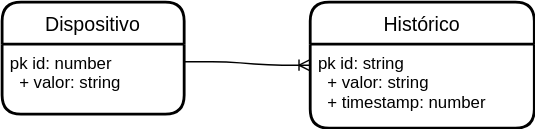
The draw.io diagram docs/img/m05iot/entidades_iot.drawio.svg in gilpgdm/gilpgdm.github.io, before a commit. Source tidied: cells renumbered, new cells last; positions are measured from the earlier drawing's top-left corner, leaving out a move shared by most shapes. Its diagram source:
```xml
<mxGraphModel>
  <root>
    <mxCell id="0" />
    <mxCell id="1" parent="0" />
    <mxCell id="2" value="Histórico" style="swimlane;horizontal=1;startSize=30;rounded=1;fontSize=14;fontStyle=0;strokeWidth=2;shadow=0;dashed=0;align=center;" parent="1" vertex="1">
      <mxGeometry x="220" width="160" height="90" as="geometry" />
    </mxCell>
    <mxCell id="3" value="pk id: string&#10;  + valor: string&#10;  + timestamp: number" style="align=left;strokeColor=none;fillColor=none;spacingLeft=4;fontSize=12;verticalAlign=top;" parent="2" vertex="1">
      <mxGeometry y="30" width="160" height="60" as="geometry" />
    </mxCell>
    <mxCell id="4" value="Dispositivo" style="swimlane;horizontal=1;startSize=30;rounded=1;fontSize=14;fontStyle=0;strokeWidth=2;shadow=0;dashed=0;align=center;" parent="1" vertex="1">
      <mxGeometry width="130" height="80" as="geometry" />
    </mxCell>
    <mxCell id="5" value="pk id: number&#10;  + valor: string" style="align=left;strokeColor=none;fillColor=none;spacingLeft=4;fontSize=12;verticalAlign=top;" parent="4" vertex="1">
      <mxGeometry y="30" width="130" height="50" as="geometry" />
    </mxCell>
    <mxCell id="6" style="edgeStyle=entityRelationEdgeStyle;fontSize=12;html=1;endArrow=ERoneToMany;entryX=0;entryY=0.25;entryDx=0;entryDy=0;exitX=1;exitY=0.25;exitDx=0;exitDy=0;" parent="1" edge="1" source="5" target="3">
      <mxGeometry relative="1" as="geometry" />
    </mxCell>
  </root>
</mxGraphModel>
```
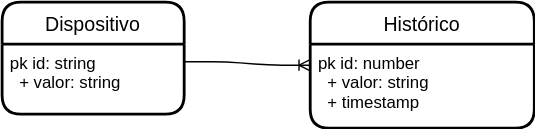
Above is the later version.

Change to the diagram source:
```diff
@@ -5,13 +5,13 @@
     <mxCell id="2" value="Histórico" style="swimlane;horizontal=1;startSize=30;rounded=1;fontSize=14;fontStyle=0;strokeWidth=2;shadow=0;dashed=0;align=center;" parent="1" vertex="1">
       <mxGeometry x="220" width="160" height="90" as="geometry" />
     </mxCell>
-    <mxCell id="3" value="pk id: string&#10;  + valor: string&#10;  + timestamp: number" style="align=left;strokeColor=none;fillColor=none;spacingLeft=4;fontSize=12;verticalAlign=top;" parent="2" vertex="1">
+    <mxCell id="3" value="pk id: number&#10;  + valor: string&#10;  + timestamp" style="align=left;strokeColor=none;fillColor=none;spacingLeft=4;fontSize=12;verticalAlign=top;" parent="2" vertex="1">
       <mxGeometry y="30" width="160" height="60" as="geometry" />
     </mxCell>
     <mxCell id="4" value="Dispositivo" style="swimlane;horizontal=1;startSize=30;rounded=1;fontSize=14;fontStyle=0;strokeWidth=2;shadow=0;dashed=0;align=center;" parent="1" vertex="1">
       <mxGeometry width="130" height="80" as="geometry" />
     </mxCell>
-    <mxCell id="5" value="pk id: number&#10;  + valor: string" style="align=left;strokeColor=none;fillColor=none;spacingLeft=4;fontSize=12;verticalAlign=top;" parent="4" vertex="1">
+    <mxCell id="5" value="pk id: string&#10;  + valor: string" style="align=left;strokeColor=none;fillColor=none;spacingLeft=4;fontSize=12;verticalAlign=top;" parent="4" vertex="1">
       <mxGeometry y="30" width="130" height="50" as="geometry" />
     </mxCell>
     <mxCell id="6" style="edgeStyle=entityRelationEdgeStyle;fontSize=12;html=1;endArrow=ERoneToMany;entryX=0;entryY=0.25;entryDx=0;entryDy=0;exitX=1;exitY=0.25;exitDx=0;exitDy=0;" parent="1" edge="1" source="5" target="3">
```
